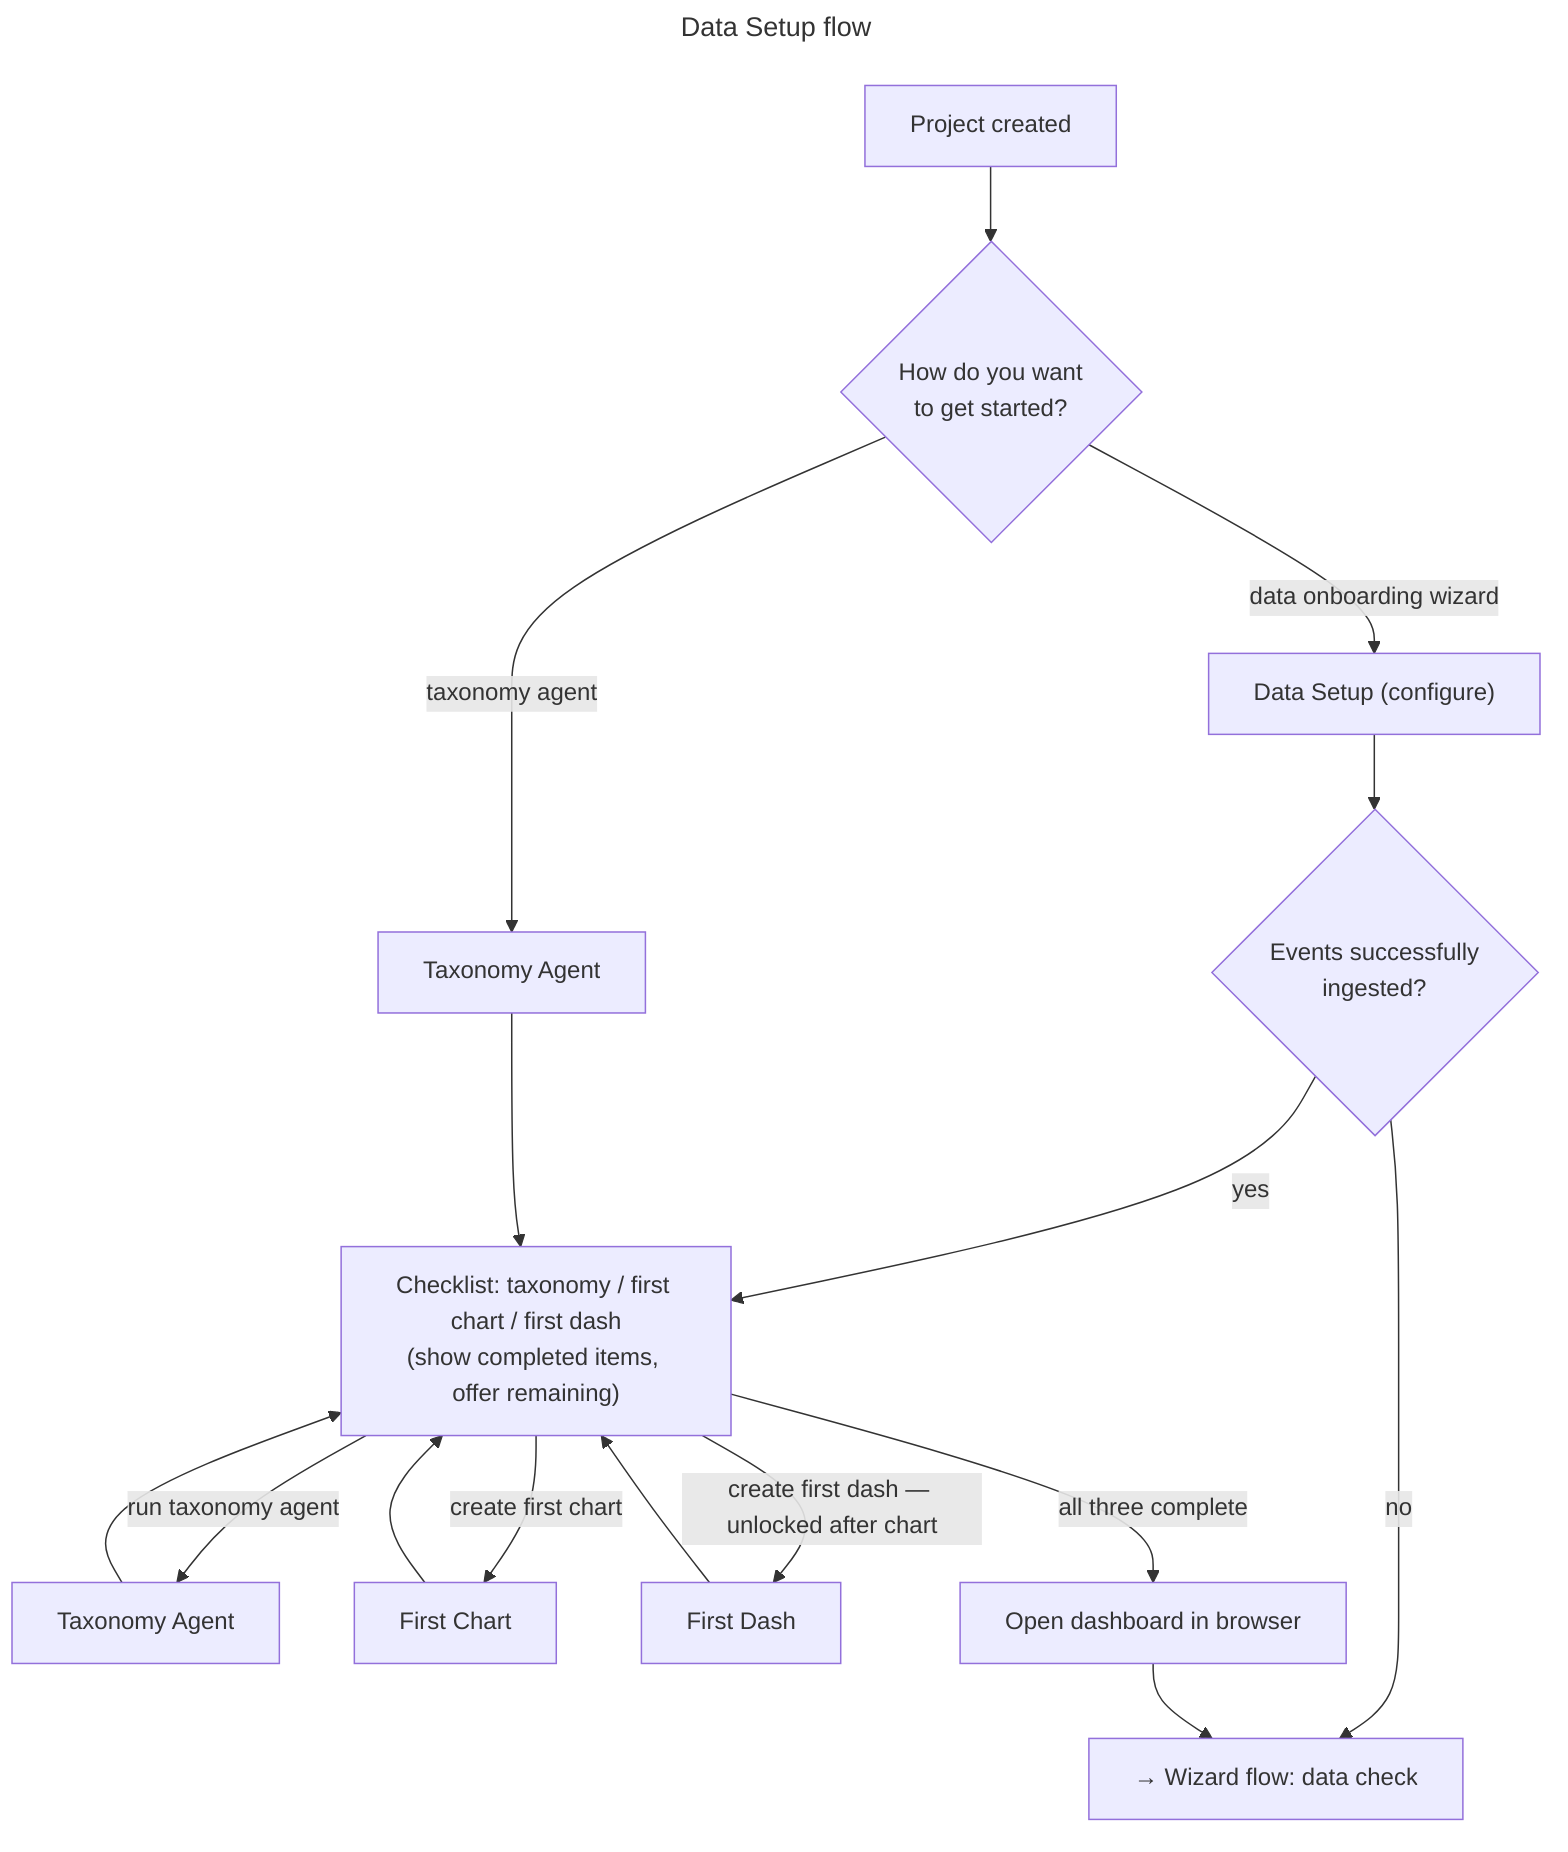
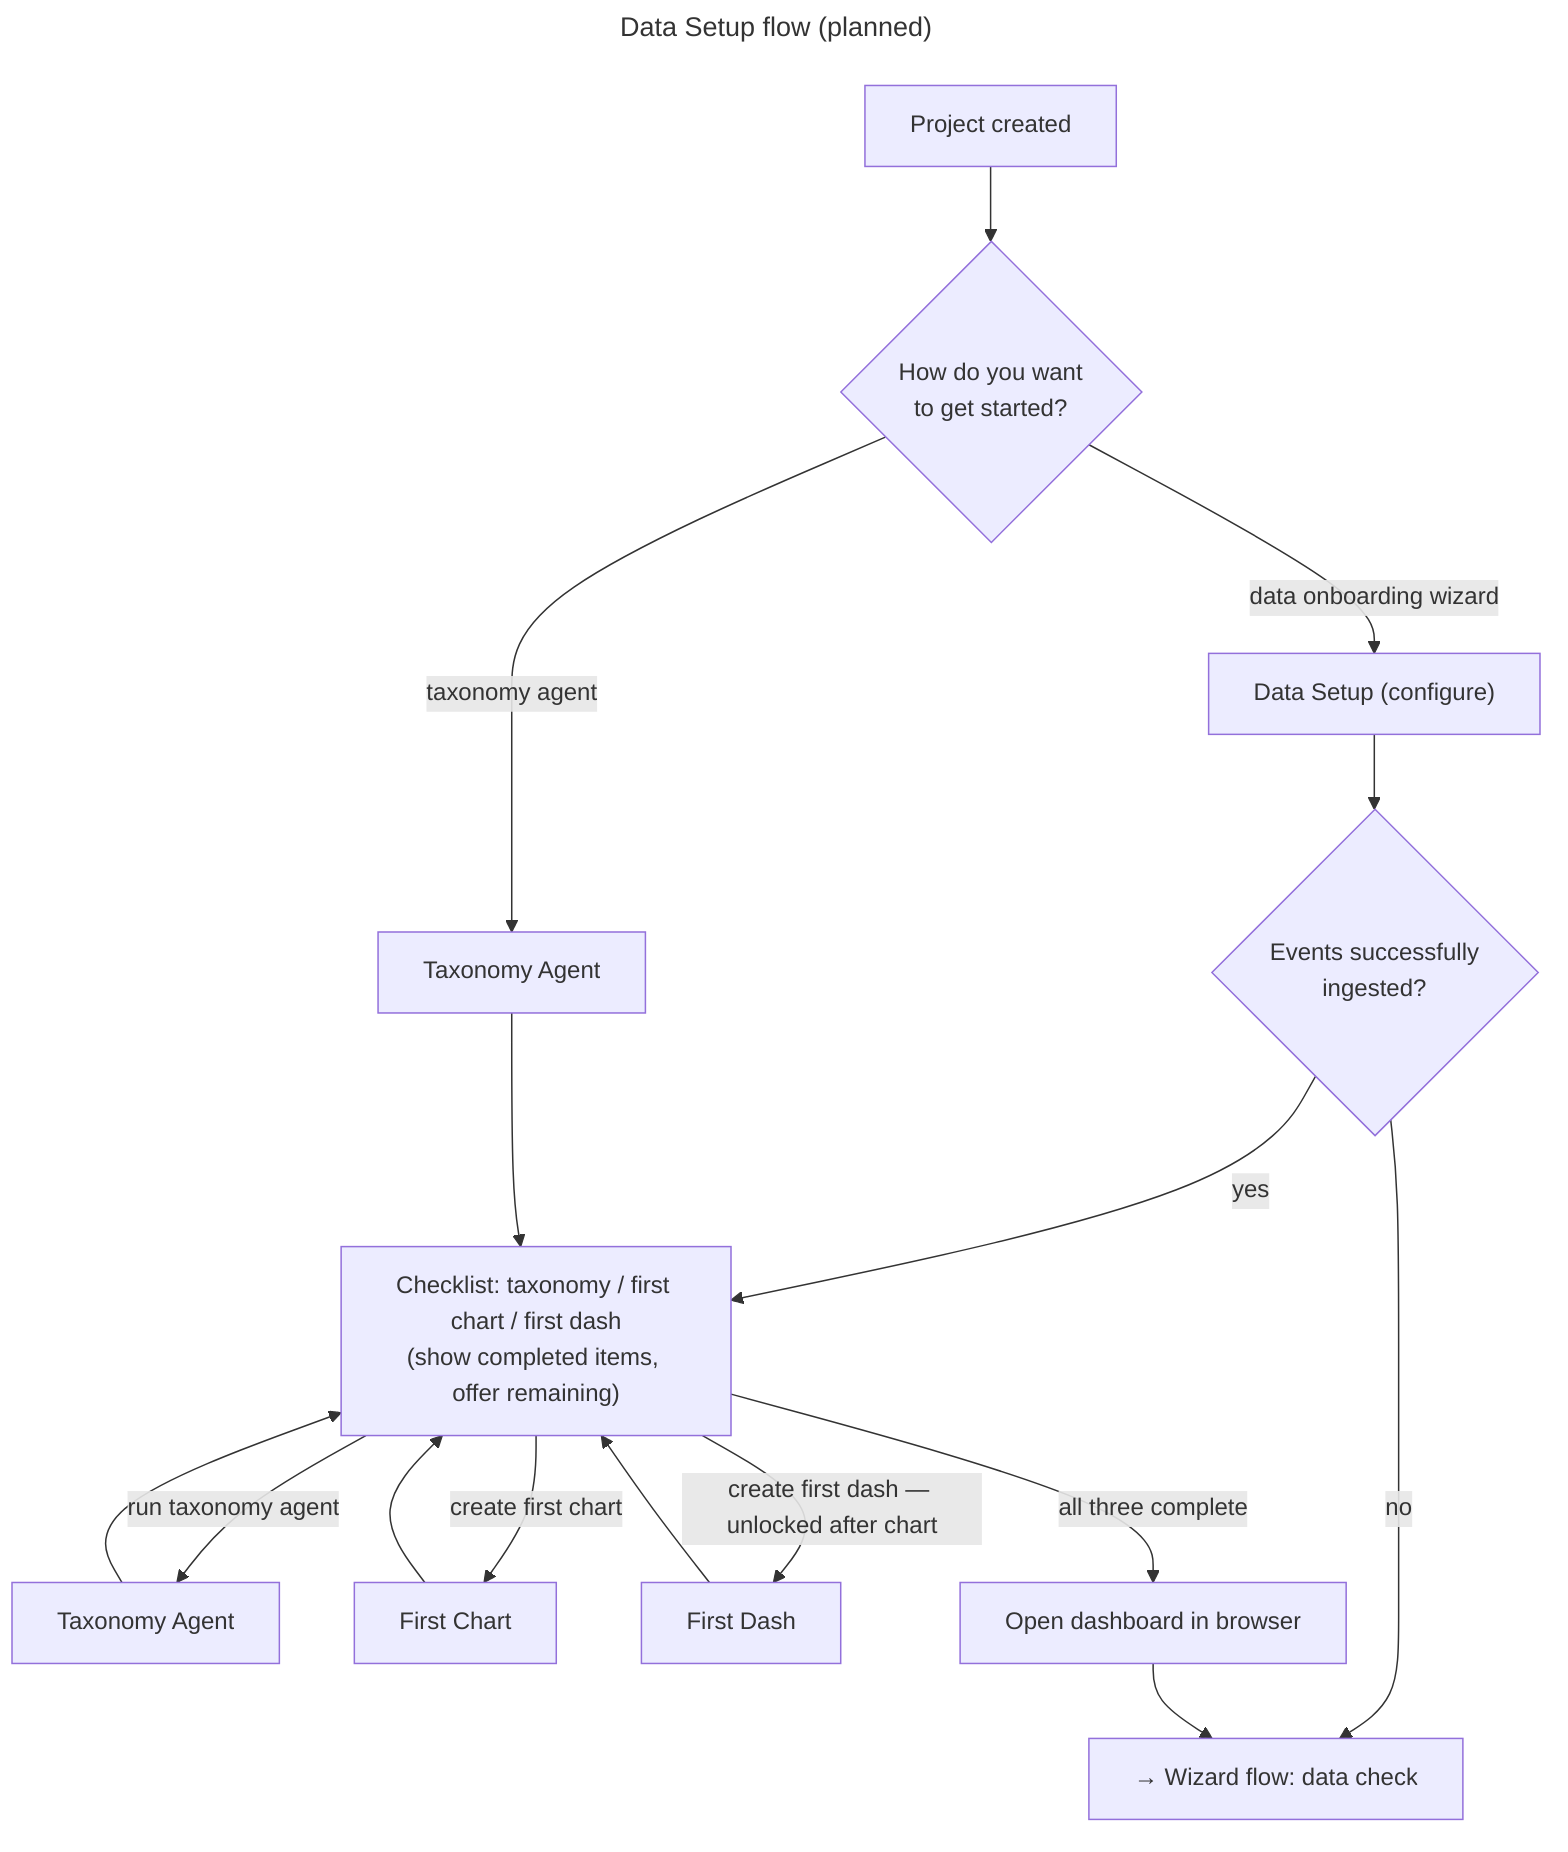
---
- title: Data Setup flow
+ title: Data Setup flow (planned)
---
flowchart TD
    START["Project created"] --> CHOICE{How do you want<br/>to get started?}
    CHOICE -->|data onboarding wizard| CONFIGURE["Data Setup (configure)"]
    CHOICE -->|taxonomy agent| TAXONOMY["Taxonomy Agent"]

    CONFIGURE --> INGESTED{Events successfully<br/>ingested?}
    INGESTED -->|no| DONE["→ Wizard flow: data check"]
    INGESTED -->|yes| CHECKLIST

    TAXONOMY --> CHECKLIST

    CHECKLIST["Checklist: taxonomy / first chart / first dash<br/>(show completed items, offer remaining)"]
    CHECKLIST -->|run taxonomy agent| TAXONOMY_RUN["Taxonomy Agent"] --> CHECKLIST
    CHECKLIST -->|create first chart| CHART_RUN["First Chart"] --> CHECKLIST
    CHECKLIST -->|create first dash — unlocked after chart| DASH_RUN["First Dash"] --> CHECKLIST
    CHECKLIST -->|all three complete| OPEN_SITE["Open dashboard in browser"]
    OPEN_SITE --> DONE